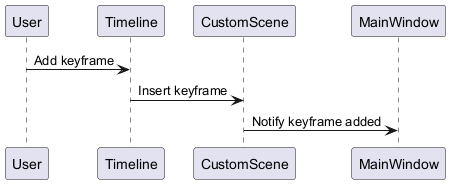
ChihiroYamashita/cg-repo keeps this PlantUML diagram as html/inline_umlgraph_26.png. Above is the earlier version.
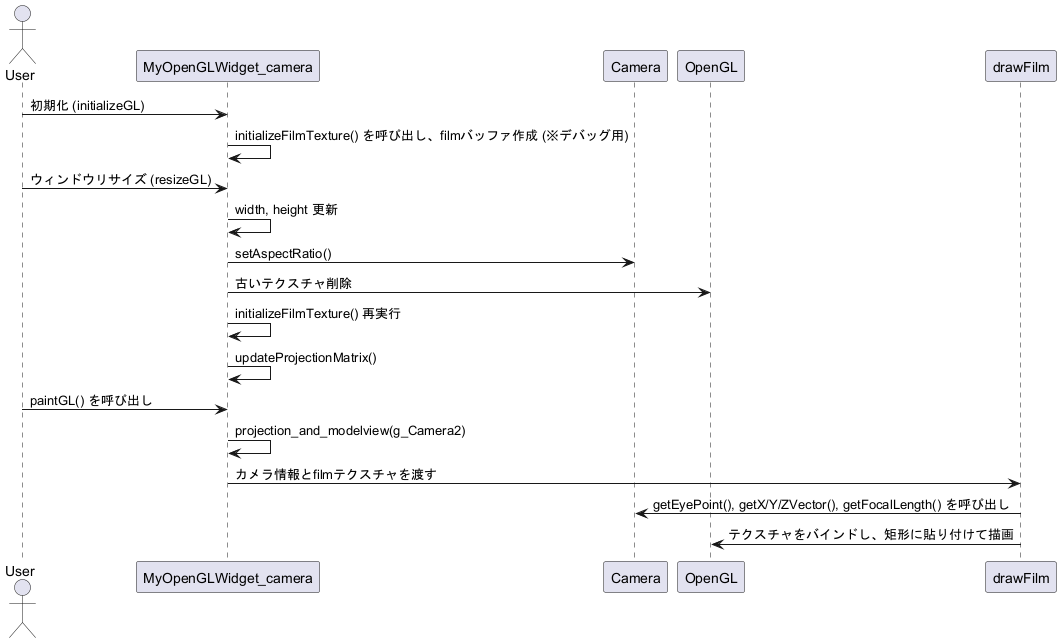
After the change.

The edit, as a diff of the source:
```diff
@@ -1,5 +1,19 @@
 @startuml inline_umlgraph_26.png
-User -> Timeline : Add keyframe
-Timeline -> CustomScene : Insert keyframe
-CustomScene -> MainWindow : Notify keyframe added
+actor User
+
+User -> MyOpenGLWidget_camera : 初期化 (initializeGL)
+MyOpenGLWidget_camera -> MyOpenGLWidget_camera : initializeFilmTexture() を呼び出し、filmバッファ作成 (※デバッグ用)
+
+User -> MyOpenGLWidget_camera : ウィンドウリサイズ (resizeGL)
+MyOpenGLWidget_camera -> MyOpenGLWidget_camera : width, height 更新
+MyOpenGLWidget_camera -> Camera : setAspectRatio()
+MyOpenGLWidget_camera -> OpenGL : 古いテクスチャ削除
+MyOpenGLWidget_camera -> MyOpenGLWidget_camera : initializeFilmTexture() 再実行
+MyOpenGLWidget_camera -> MyOpenGLWidget_camera : updateProjectionMatrix()
+
+User -> MyOpenGLWidget_camera : paintGL() を呼び出し
+MyOpenGLWidget_camera -> MyOpenGLWidget_camera : projection_and_modelview(g_Camera2)
+MyOpenGLWidget_camera -> drawFilm : カメラ情報とfilmテクスチャを渡す
+drawFilm -> Camera : getEyePoint(), getX/Y/ZVector(), getFocalLength() を呼び出し
+drawFilm -> OpenGL : テクスチャをバインドし、矩形に貼り付けて描画
 @enduml
```
